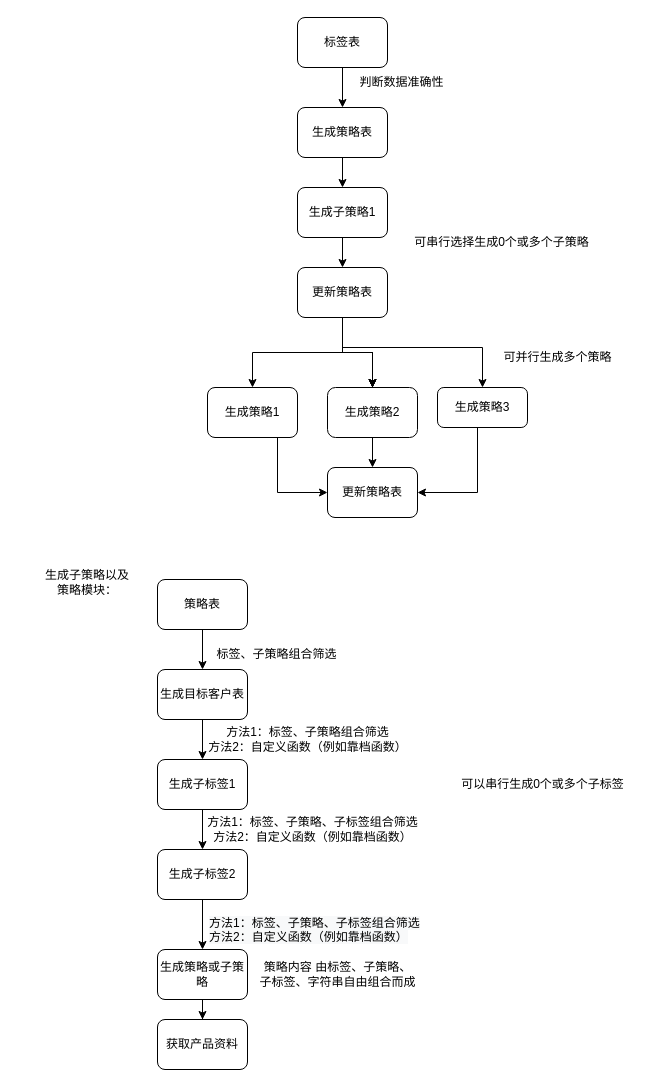
jiangyuanyuan1/invention keeps this draw.io diagram as 策略生成.drawio. Above is the earlier version. Source tidied: cells renumbered, new cells numbered last; positions are measured from the earlier drawing's top-left corner, leaving out a move shared by most shapes. Both pictures are drawn from the tidied source at 100%, with x=0, y=0 at pixel (17, 17).
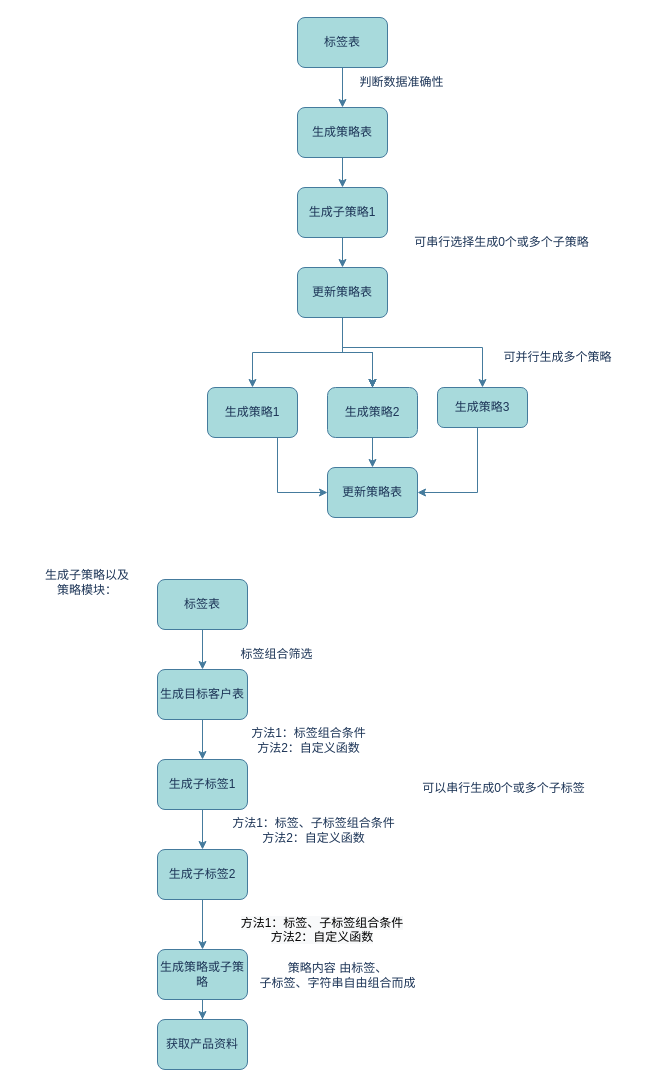
After the change.

Commit message:
更新策略生成.drawio

Change to the diagram source:
```diff
@@
-    <mxCell id="2" style="edgeStyle=orthogonalEdgeStyle;rounded=0;jettySize=auto;html=1;" parent="1" edge="1" source="3" target="5">
+    <mxCell id="2" style="edgeStyle=orthogonalEdgeStyle;rounded=0;jettySize=auto;html=1;labelBackgroundColor=#F1FAEE;strokeColor=#457B9D;fontColor=#1D3557;" parent="1" edge="1" source="3" target="5">
       <mxGeometry relative="1" as="geometry" />
     </mxCell>
-    <mxCell id="3" value="标签表" style="rounded=1;whiteSpace=wrap;html=1;" parent="1" vertex="1">
+    <mxCell id="3" value="标签表" style="rounded=1;whiteSpace=wrap;html=1;fillColor=#A8DADC;strokeColor=#457B9D;fontColor=#1D3557;" parent="1" vertex="1">
       <mxGeometry x="280" width="90" height="50" as="geometry" />
     </mxCell>
-    <mxCell id="4" style="edgeStyle=orthogonalEdgeStyle;rounded=0;jettySize=auto;html=1;" parent="1" edge="1" source="5" target="8">
+    <mxCell id="4" style="edgeStyle=orthogonalEdgeStyle;rounded=0;jettySize=auto;html=1;labelBackgroundColor=#F1FAEE;strokeColor=#457B9D;fontColor=#1D3557;" parent="1" edge="1" source="5" target="8">
       <mxGeometry relative="1" as="geometry" />
     </mxCell>
-    <mxCell id="5" value="生成策略表" style="rounded=1;whiteSpace=wrap;html=1;" parent="1" vertex="1">
+    <mxCell id="5" value="生成策略表" style="rounded=1;whiteSpace=wrap;html=1;fillColor=#A8DADC;strokeColor=#457B9D;fontColor=#1D3557;" parent="1" vertex="1">
       <mxGeometry x="280" y="90" width="90" height="50" as="geometry" />
     </mxCell>
-    <mxCell id="6" value="判断数据准确性&lt;br&gt;" style="text;html=1;align=center;verticalAlign=middle;strokeColor=none;fillColor=none;" parent="1" vertex="1">
+    <mxCell id="6" value="判断数据准确性&lt;br&gt;" style="text;html=1;align=center;verticalAlign=middle;strokeColor=none;fillColor=none;fontColor=#1D3557;" parent="1" vertex="1">
       <mxGeometry x="329" y="50" width="110" height="30" as="geometry" />
     </mxCell>
-    <mxCell id="7" style="edgeStyle=orthogonalEdgeStyle;rounded=0;jettySize=auto;html=1;" parent="1" edge="1" source="8" target="15">
+    <mxCell id="7" style="edgeStyle=orthogonalEdgeStyle;rounded=0;jettySize=auto;html=1;labelBackgroundColor=#F1FAEE;strokeColor=#457B9D;fontColor=#1D3557;" parent="1" edge="1" source="8" target="15">
       <mxGeometry relative="1" as="geometry" />
     </mxCell>
-    <mxCell id="8" value="生成子策略1" style="rounded=1;whiteSpace=wrap;html=1;" parent="1" vertex="1">
+    <mxCell id="8" value="生成子策略1" style="rounded=1;whiteSpace=wrap;html=1;fillColor=#A8DADC;strokeColor=#457B9D;fontColor=#1D3557;" parent="1" vertex="1">
       <mxGeometry x="280" y="170" width="90" height="50" as="geometry" />
     </mxCell>
-    <mxCell id="9" style="edgeStyle=orthogonalEdgeStyle;rounded=0;jettySize=auto;html=1;" parent="1" edge="1" source="15" target="18">
+    <mxCell id="9" style="edgeStyle=orthogonalEdgeStyle;rounded=0;jettySize=auto;html=1;labelBackgroundColor=#F1FAEE;strokeColor=#457B9D;fontColor=#1D3557;" parent="1" edge="1" source="15" target="18">
       <mxGeometry relative="1" as="geometry" />
     </mxCell>
-    <mxCell id="10" style="edgeStyle=orthogonalEdgeStyle;rounded=0;jettySize=auto;html=1;" parent="1" edge="1" source="15" target="20">
+    <mxCell id="10" style="edgeStyle=orthogonalEdgeStyle;rounded=0;jettySize=auto;html=1;labelBackgroundColor=#F1FAEE;strokeColor=#457B9D;fontColor=#1D3557;" parent="1" edge="1" source="15" target="20">
       <mxGeometry relative="1" as="geometry" />
     </mxCell>
-    <mxCell id="11" style="edgeStyle=orthogonalEdgeStyle;rounded=0;jettySize=auto;html=1;" parent="1" edge="1" source="15" target="20">
+    <mxCell id="11" style="edgeStyle=orthogonalEdgeStyle;rounded=0;jettySize=auto;html=1;labelBackgroundColor=#F1FAEE;strokeColor=#457B9D;fontColor=#1D3557;" parent="1" edge="1" source="15" target="20">
       <mxGeometry relative="1" as="geometry" />
     </mxCell>
-    <mxCell id="12" style="edgeStyle=orthogonalEdgeStyle;rounded=0;jettySize=auto;html=1;" parent="1" edge="1" source="15" target="20">
+    <mxCell id="12" style="edgeStyle=orthogonalEdgeStyle;rounded=0;jettySize=auto;html=1;labelBackgroundColor=#F1FAEE;strokeColor=#457B9D;fontColor=#1D3557;" parent="1" edge="1" source="15" target="20">
       <mxGeometry relative="1" as="geometry" />
     </mxCell>
-    <mxCell id="13" style="edgeStyle=orthogonalEdgeStyle;rounded=0;jettySize=auto;html=1;" parent="1" edge="1" source="15" target="20">
+    <mxCell id="13" style="edgeStyle=orthogonalEdgeStyle;rounded=0;jettySize=auto;html=1;labelBackgroundColor=#F1FAEE;strokeColor=#457B9D;fontColor=#1D3557;" parent="1" edge="1" source="15" target="20">
       <mxGeometry relative="1" as="geometry" />
     </mxCell>
-    <mxCell id="14" style="edgeStyle=orthogonalEdgeStyle;rounded=0;jettySize=auto;html=1;" parent="1" edge="1" source="15" target="22">
+    <mxCell id="14" style="edgeStyle=orthogonalEdgeStyle;rounded=0;jettySize=auto;html=1;labelBackgroundColor=#F1FAEE;strokeColor=#457B9D;fontColor=#1D3557;" parent="1" edge="1" source="15" target="22">
       <mxGeometry relative="1" as="geometry">
         <Array as="points">
           <mxPoint x="325" y="330" />
           <mxPoint x="465" y="330" />
         </Array>
       </mxGeometry>
     </mxCell>
-    <mxCell id="15" value="更新策略表" style="rounded=1;whiteSpace=wrap;html=1;" parent="1" vertex="1">
+    <mxCell id="15" value="更新策略表" style="rounded=1;whiteSpace=wrap;html=1;fillColor=#A8DADC;strokeColor=#457B9D;fontColor=#1D3557;" parent="1" vertex="1">
       <mxGeometry x="280" y="250" width="90" height="50" as="geometry" />
     </mxCell>
-    <mxCell id="16" value="可串行选择生成0个或多个子策略" style="text;html=1;align=center;verticalAlign=middle;strokeColor=none;fillColor=none;" parent="1" vertex="1">
+    <mxCell id="16" value="可串行选择生成0个或多个子策略" style="text;html=1;align=center;verticalAlign=middle;strokeColor=none;fillColor=none;fontColor=#1D3557;" parent="1" vertex="1">
       <mxGeometry x="384" y="210" width="200" height="30" as="geometry" />
     </mxCell>
-    <mxCell id="17" style="edgeStyle=orthogonalEdgeStyle;rounded=0;jettySize=auto;html=1;entryX=0;entryY=0.5;entryDx=0;entryDy=0;" parent="1" edge="1" source="18" target="42">
+    <mxCell id="17" style="edgeStyle=orthogonalEdgeStyle;rounded=0;jettySize=auto;html=1;entryX=0;entryY=0.5;entryDx=0;entryDy=0;labelBackgroundColor=#F1FAEE;strokeColor=#457B9D;fontColor=#1D3557;" parent="1" edge="1" source="18" target="42">
       <mxGeometry relative="1" as="geometry">
         <Array as="points">
           <mxPoint x="260" y="475" />
         </Array>
       </mxGeometry>
     </mxCell>
-    <mxCell id="18" value="生成策略1" style="rounded=1;whiteSpace=wrap;html=1;" parent="1" vertex="1">
+    <mxCell id="18" value="生成策略1" style="rounded=1;whiteSpace=wrap;html=1;fillColor=#A8DADC;strokeColor=#457B9D;fontColor=#1D3557;" parent="1" vertex="1">
       <mxGeometry x="190" y="370" width="90" height="50" as="geometry" />
     </mxCell>
-    <mxCell id="19" style="edgeStyle=orthogonalEdgeStyle;rounded=0;jettySize=auto;html=1;" parent="1" edge="1" source="20" target="42">
+    <mxCell id="19" style="edgeStyle=orthogonalEdgeStyle;rounded=0;jettySize=auto;html=1;labelBackgroundColor=#F1FAEE;strokeColor=#457B9D;fontColor=#1D3557;" parent="1" edge="1" source="20" target="42">
       <mxGeometry relative="1" as="geometry" />
     </mxCell>
-    <mxCell id="20" value="生成策略2" style="rounded=1;whiteSpace=wrap;html=1;arcSize=16;" parent="1" vertex="1">
+    <mxCell id="20" value="生成策略2" style="rounded=1;whiteSpace=wrap;html=1;arcSize=16;fillColor=#A8DADC;strokeColor=#457B9D;fontColor=#1D3557;" parent="1" vertex="1">
       <mxGeometry x="310" y="370" width="90" height="50" as="geometry" />
     </mxCell>
-    <mxCell id="21" style="edgeStyle=orthogonalEdgeStyle;rounded=0;jettySize=auto;html=1;entryX=1;entryY=0.5;entryDx=0;entryDy=0;" parent="1" edge="1" source="22" target="42">
+    <mxCell id="21" style="edgeStyle=orthogonalEdgeStyle;rounded=0;jettySize=auto;html=1;entryX=1;entryY=0.5;entryDx=0;entryDy=0;labelBackgroundColor=#F1FAEE;strokeColor=#457B9D;fontColor=#1D3557;" parent="1" edge="1" source="22" target="42">
       <mxGeometry relative="1" as="geometry">
         <Array as="points">
           <mxPoint x="460" y="475" />
         </Array>
       </mxGeometry>
     </mxCell>
-    <mxCell id="22" value="生成策略3" style="rounded=1;whiteSpace=wrap;html=1;arcSize=16;" parent="1" vertex="1">
+    <mxCell id="22" value="生成策略3" style="rounded=1;whiteSpace=wrap;html=1;arcSize=16;fillColor=#A8DADC;strokeColor=#457B9D;fontColor=#1D3557;" parent="1" vertex="1">
       <mxGeometry x="420" y="370" width="90" height="40" as="geometry" />
     </mxCell>
-    <mxCell id="23" value="可并行生成多个策略" style="text;html=1;align=center;verticalAlign=middle;strokeColor=none;fillColor=none;" parent="1" vertex="1">
+    <mxCell id="23" value="可并行生成多个策略" style="text;html=1;align=center;verticalAlign=middle;strokeColor=none;fillColor=none;fontColor=#1D3557;" parent="1" vertex="1">
       <mxGeometry x="475" y="325" width="130" height="30" as="geometry" />
     </mxCell>
-    <mxCell id="24" value="生成子策略以及&lt;br&gt;策略模块：" style="text;html=1;strokeColor=none;fillColor=none;align=center;verticalAlign=middle;whiteSpace=wrap;rounded=0;" parent="1" vertex="1">
+    <mxCell id="24" value="生成子策略以及&lt;br&gt;策略模块：" style="text;html=1;strokeColor=none;fillColor=none;align=center;verticalAlign=middle;whiteSpace=wrap;rounded=0;fontColor=#1D3557;" parent="1" vertex="1">
       <mxGeometry y="562" width="140" height="5" as="geometry" />
     </mxCell>
-    <mxCell id="25" style="edgeStyle=orthogonalEdgeStyle;rounded=0;jettySize=auto;html=1;" parent="1" edge="1" source="26" target="28">
+    <mxCell id="25" style="edgeStyle=orthogonalEdgeStyle;rounded=0;jettySize=auto;html=1;labelBackgroundColor=#F1FAEE;strokeColor=#457B9D;fontColor=#1D3557;" parent="1" edge="1" source="26" target="28">
       <mxGeometry relative="1" as="geometry" />
     </mxCell>
-    <mxCell id="26" value="策略表" style="rounded=1;whiteSpace=wrap;html=1;" parent="1" vertex="1">
+    <mxCell id="26" value="标签表" style="rounded=1;whiteSpace=wrap;html=1;fillColor=#A8DADC;strokeColor=#457B9D;fontColor=#1D3557;" parent="1" vertex="1">
       <mxGeometry x="140" y="562" width="90" height="50" as="geometry" />
     </mxCell>
-    <mxCell id="27" style="edgeStyle=orthogonalEdgeStyle;rounded=0;jettySize=auto;html=1;" parent="1" edge="1" source="28" target="31">
+    <mxCell id="27" style="edgeStyle=orthogonalEdgeStyle;rounded=0;jettySize=auto;html=1;labelBackgroundColor=#F1FAEE;strokeColor=#457B9D;fontColor=#1D3557;" parent="1" edge="1" source="28" target="31">
       <mxGeometry relative="1" as="geometry" />
     </mxCell>
-    <mxCell id="28" value="生成目标客户表" style="rounded=1;whiteSpace=wrap;html=1;" parent="1" vertex="1">
+    <mxCell id="28" value="生成目标客户表" style="rounded=1;whiteSpace=wrap;html=1;fillColor=#A8DADC;strokeColor=#457B9D;fontColor=#1D3557;" parent="1" vertex="1">
       <mxGeometry x="140" y="652" width="90" height="50" as="geometry" />
     </mxCell>
-    <mxCell id="29" value="标签、子策略组合筛选" style="text;html=1;align=center;verticalAlign=middle;strokeColor=none;fillColor=none;" parent="1" vertex="1">
-      <mxGeometry x="189" y="622" width="140" height="30" as="geometry" />
+    <mxCell id="29" value="标签组合筛选" style="text;html=1;align=center;verticalAlign=middle;strokeColor=none;fillColor=none;fontColor=#1D3557;" parent="1" vertex="1">
+      <mxGeometry x="214" y="624" width="90" height="26" as="geometry" />
     </mxCell>
-    <mxCell id="30" style="edgeStyle=orthogonalEdgeStyle;rounded=0;jettySize=auto;html=1;" parent="1" edge="1" source="31" target="35">
+    <mxCell id="30" style="edgeStyle=orthogonalEdgeStyle;rounded=0;jettySize=auto;html=1;labelBackgroundColor=#F1FAEE;strokeColor=#457B9D;fontColor=#1D3557;" parent="1" edge="1" source="31" target="35">
       <mxGeometry relative="1" as="geometry" />
     </mxCell>
-    <mxCell id="31" value="生成子标签1" style="rounded=1;whiteSpace=wrap;html=1;" parent="1" vertex="1">
+    <mxCell id="31" value="生成子标签1" style="rounded=1;whiteSpace=wrap;html=1;fillColor=#A8DADC;strokeColor=#457B9D;fontColor=#1D3557;" parent="1" vertex="1">
       <mxGeometry x="140" y="742" width="90" height="50" as="geometry" />
     </mxCell>
-    <mxCell id="32" value="方法1：标签、子策略组合筛选&lt;br&gt;方法2：自定义函数（例如靠档函数）" style="text;html=1;align=center;verticalAlign=middle;strokeColor=none;fillColor=none;" parent="1" vertex="1">
-      <mxGeometry x="180" y="702" width="220" height="40" as="geometry" />
+    <mxCell id="32" value="方法1：标签组合条件&lt;br&gt;方法2：自定义函数" style="text;html=1;align=center;verticalAlign=middle;strokeColor=none;fillColor=none;fontColor=#1D3557;" parent="1" vertex="1">
+      <mxGeometry x="224" y="702" width="133" height="41" as="geometry" />
     </mxCell>
-    <mxCell id="33" value="可以串行生成0个或多个子标签" style="text;html=1;align=center;verticalAlign=middle;strokeColor=none;fillColor=none;" parent="1" vertex="1">
-      <mxGeometry x="430" y="752" width="190" height="30" as="geometry" />
+    <mxCell id="33" value="可以串行生成0个或多个子标签" style="text;html=1;align=center;verticalAlign=middle;strokeColor=none;fillColor=none;fontColor=#1D3557;" parent="1" vertex="1">
+      <mxGeometry x="391" y="756" width="190" height="30" as="geometry" />
     </mxCell>
-    <mxCell id="34" style="edgeStyle=orthogonalEdgeStyle;rounded=0;jettySize=auto;html=1;" parent="1" edge="1" source="35" target="38">
+    <mxCell id="34" style="edgeStyle=orthogonalEdgeStyle;rounded=0;jettySize=auto;html=1;labelBackgroundColor=#F1FAEE;strokeColor=#457B9D;fontColor=#1D3557;" parent="1" edge="1" source="35" target="38">
       <mxGeometry relative="1" as="geometry" />
     </mxCell>
-    <mxCell id="35" value="生成子标签2" style="rounded=1;whiteSpace=wrap;html=1;" parent="1" vertex="1">
+    <mxCell id="35" value="生成子标签2" style="rounded=1;whiteSpace=wrap;html=1;fillColor=#A8DADC;strokeColor=#457B9D;fontColor=#1D3557;" parent="1" vertex="1">
       <mxGeometry x="140" y="832" width="90" height="50" as="geometry" />
     </mxCell>
-    <mxCell id="36" value="方法1：标签、子策略、子标签组合筛选&lt;br&gt;方法2：自定义函数（例如靠档函数）" style="text;html=1;align=center;verticalAlign=middle;strokeColor=none;fillColor=none;" parent="1" vertex="1">
-      <mxGeometry x="180" y="792" width="230" height="40" as="geometry" />
+    <mxCell id="36" value="方法1：标签、子标签组合条件&lt;br&gt;方法2：自定义函数" style="text;html=1;align=center;verticalAlign=middle;strokeColor=none;fillColor=none;fontColor=#1D3557;" parent="1" vertex="1">
+      <mxGeometry x="205" y="792" width="181" height="41" as="geometry" />
     </mxCell>
-    <mxCell id="37" style="edgeStyle=orthogonalEdgeStyle;rounded=0;jettySize=auto;html=1;" parent="1" edge="1" source="38" target="41">
+    <mxCell id="37" style="edgeStyle=orthogonalEdgeStyle;rounded=0;jettySize=auto;html=1;labelBackgroundColor=#F1FAEE;strokeColor=#457B9D;fontColor=#1D3557;" parent="1" edge="1" source="38" target="41">
       <mxGeometry relative="1" as="geometry" />
     </mxCell>
-    <mxCell id="38" value="生成策略或子策略" style="rounded=1;whiteSpace=wrap;html=1;" parent="1" vertex="1">
+    <mxCell id="38" value="生成策略或子策略" style="rounded=1;whiteSpace=wrap;html=1;fillColor=#A8DADC;strokeColor=#457B9D;fontColor=#1D3557;" parent="1" vertex="1">
       <mxGeometry x="140" y="932" width="90" height="50" as="geometry" />
     </mxCell>
-    <mxCell id="39" value="&lt;span style=&quot;color: rgb(0, 0, 0); font-family: Helvetica; font-size: 12px; font-style: normal; font-variant-ligatures: normal; font-variant-caps: normal; font-weight: 400; letter-spacing: normal; orphans: 2; text-align: center; text-indent: 0px; text-transform: none; widows: 2; word-spacing: 0px; -webkit-text-stroke-width: 0px; background-color: rgb(248, 249, 250); text-decoration-thickness: initial; text-decoration-style: initial; text-decoration-color: initial; float: none; display: inline !important;&quot;&gt;方法1：标签、子策略、子标签组合筛选&lt;/span&gt;&lt;br style=&quot;color: rgb(0, 0, 0); font-family: Helvetica; font-size: 12px; font-style: normal; font-variant-ligatures: normal; font-variant-caps: normal; font-weight: 400; letter-spacing: normal; orphans: 2; text-align: center; text-indent: 0px; text-transform: none; widows: 2; word-spacing: 0px; -webkit-text-stroke-width: 0px; background-color: rgb(248, 249, 250); text-decoration-thickness: initial; text-decoration-style: initial; text-decoration-color: initial;&quot;&gt;&lt;span style=&quot;color: rgb(0, 0, 0); font-family: Helvetica; font-size: 12px; font-style: normal; font-variant-ligatures: normal; font-variant-caps: normal; font-weight: 400; letter-spacing: normal; orphans: 2; text-align: center; text-indent: 0px; text-transform: none; widows: 2; word-spacing: 0px; -webkit-text-stroke-width: 0px; background-color: rgb(248, 249, 250); text-decoration-thickness: initial; text-decoration-style: initial; text-decoration-color: initial; float: none; display: inline !important;&quot;&gt;方法2：自定义函数（例如靠档函数）&lt;/span&gt;" style="text;whiteSpace=wrap;html=1;" parent="1" vertex="1">
+    <mxCell id="39" value="&lt;span style=&quot;color: rgb(0, 0, 0); font-family: Helvetica; font-size: 12px; font-style: normal; font-variant-ligatures: normal; font-variant-caps: normal; font-weight: 400; letter-spacing: normal; orphans: 2; text-indent: 0px; text-transform: none; widows: 2; word-spacing: 0px; -webkit-text-stroke-width: 0px; background-color: rgb(248, 249, 250); text-decoration-thickness: initial; text-decoration-style: initial; text-decoration-color: initial; float: none; display: inline !important;&quot;&gt;方法1：标签、子标签组合条件&lt;/span&gt;&lt;br style=&quot;color: rgb(0, 0, 0); font-family: Helvetica; font-size: 12px; font-style: normal; font-variant-ligatures: normal; font-variant-caps: normal; font-weight: 400; letter-spacing: normal; orphans: 2; text-indent: 0px; text-transform: none; widows: 2; word-spacing: 0px; -webkit-text-stroke-width: 0px; background-color: rgb(248, 249, 250); text-decoration-thickness: initial; text-decoration-style: initial; text-decoration-color: initial;&quot;&gt;&lt;span style=&quot;color: rgb(0, 0, 0); font-family: Helvetica; font-size: 12px; font-style: normal; font-variant-ligatures: normal; font-variant-caps: normal; font-weight: 400; letter-spacing: normal; orphans: 2; text-indent: 0px; text-transform: none; widows: 2; word-spacing: 0px; -webkit-text-stroke-width: 0px; background-color: rgb(248, 249, 250); text-decoration-thickness: initial; text-decoration-style: initial; text-decoration-color: initial; float: none; display: inline !important;&quot;&gt;方法2：自定义函数&lt;/span&gt;" style="text;whiteSpace=wrap;html=1;fontColor=#1D3557;align=center;" parent="1" vertex="1">
       <mxGeometry x="190" y="892" width="230" height="50" as="geometry" />
     </mxCell>
-    <mxCell id="40" value="策略内容 由标签、子策略、&lt;br&gt;子标签、字符串自由组合而成" style="text;html=1;align=center;verticalAlign=middle;strokeColor=none;fillColor=none;" parent="1" vertex="1">
-      <mxGeometry x="230" y="937" width="180" height="40" as="geometry" />
+    <mxCell id="40" value="策略内容 由标签、&lt;br&gt;子标签、字符串自由组合而成" style="text;html=1;align=center;verticalAlign=middle;strokeColor=none;fillColor=none;fontColor=#1D3557;" parent="1" vertex="1">
+      <mxGeometry x="233" y="937" width="174" height="41" as="geometry" />
     </mxCell>
-    <mxCell id="41" value="获取产品资料" style="rounded=1;whiteSpace=wrap;html=1;" parent="1" vertex="1">
+    <mxCell id="41" value="获取产品资料" style="rounded=1;whiteSpace=wrap;html=1;fillColor=#A8DADC;strokeColor=#457B9D;fontColor=#1D3557;" parent="1" vertex="1">
       <mxGeometry x="140" y="1002" width="90" height="50" as="geometry" />
     </mxCell>
-    <mxCell id="42" value="更新策略表" style="rounded=1;whiteSpace=wrap;html=1;" parent="1" vertex="1">
+    <mxCell id="42" value="更新策略表" style="rounded=1;whiteSpace=wrap;html=1;fillColor=#A8DADC;strokeColor=#457B9D;fontColor=#1D3557;" parent="1" vertex="1">
       <mxGeometry x="310" y="450" width="90" height="50" as="geometry" />
     </mxCell>
```
